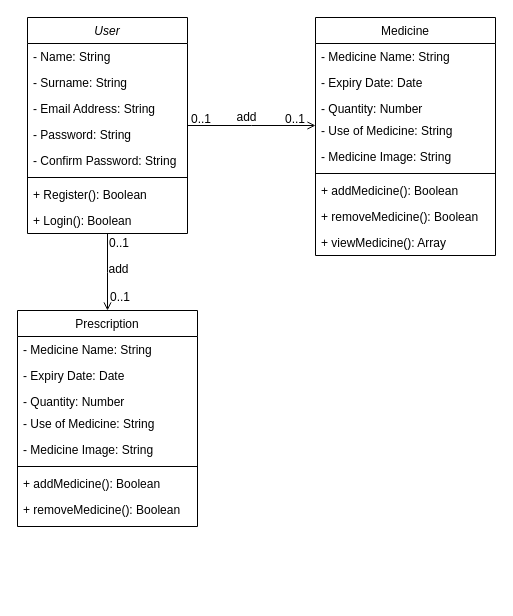
This is Class_Diagram.drawio from SJPatel123/CP-III, a draw.io file, before an edit. Source tidied: cells renumbered, new cells numbered last; positions are measured from the earlier drawing's top-left corner, leaving out a move shared by most shapes. Both pictures are drawn from the tidied source at 100%, with x=0, y=0 at pixel (17, 17).
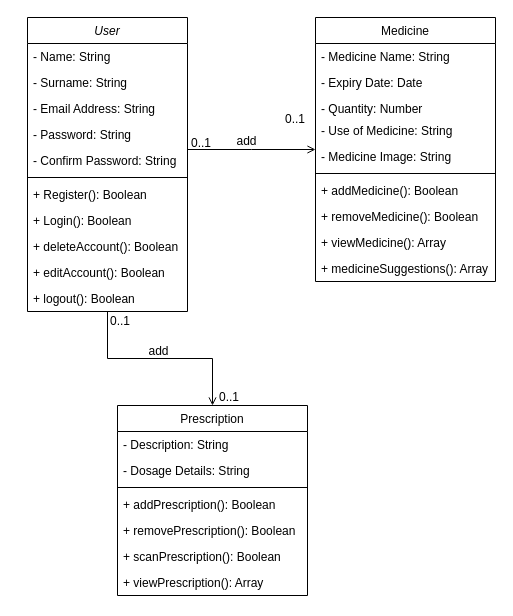
After the change.

The edit, as a diff of the source:
```diff
@@
     <mxCell id="2" value="User" style="swimlane;fontStyle=2;align=center;verticalAlign=top;horizontal=1;startSize=26;rounded=0;shadow=0;strokeWidth=1;" parent="1" vertex="1">
-      <mxGeometry x="10" width="160" height="216" as="geometry" />
+      <mxGeometry x="10" width="160" height="294" as="geometry" />
     </mxCell>
@@
+    <mxCell id="38" value="+ deleteAccount(): Boolean" style="text;align=left;verticalAlign=top;spacingLeft=4;spacingRight=4;overflow=hidden;" parent="2" vertex="1">
+      <mxGeometry y="216" width="160" height="26" as="geometry" />
+    </mxCell>
+    <mxCell id="39" value="+ editAccount(): Boolean" style="text;align=left;verticalAlign=top;spacingLeft=4;spacingRight=4;overflow=hidden;" parent="2" vertex="1">
+      <mxGeometry y="242" width="160" height="26" as="geometry" />
+    </mxCell>
+    <mxCell id="40" value="+ logout(): Boolean" style="text;align=left;verticalAlign=top;spacingLeft=4;spacingRight=4;overflow=hidden;" parent="2" vertex="1">
+      <mxGeometry y="268" width="160" height="26" as="geometry" />
+    </mxCell>
     <mxCell id="11" value="Medicine" style="swimlane;fontStyle=0;align=center;verticalAlign=top;horizontal=1;startSize=26;rounded=0;shadow=0;strokeWidth=1;" parent="1" vertex="1">
-      <mxGeometry x="298" width="180" height="238" as="geometry" />
+      <mxGeometry x="298" width="180" height="264" as="geometry" />
     </mxCell>
@@
+    <mxCell id="41" value="+ medicineSuggestions(): Array" style="text;align=left;verticalAlign=top;spacingLeft=4;spacingRight=4;overflow=hidden;" parent="11" vertex="1">
+      <mxGeometry y="238" width="180" height="26" as="geometry" />
+    </mxCell>
@@
     <mxCell id="25" value="Prescription" style="swimlane;fontStyle=0;align=center;verticalAlign=top;horizontal=1;startSize=26;rounded=0;shadow=0;strokeWidth=1;" parent="1" vertex="1">
-      <mxGeometry y="293" width="180" height="216" as="geometry" />
+      <mxGeometry x="100" y="388" width="190" height="190" as="geometry" />
     </mxCell>
-    <mxCell id="26" value="- Medicine Name: String" style="text;align=left;verticalAlign=top;spacingLeft=4;spacingRight=4;overflow=hidden;" parent="25" vertex="1">
-      <mxGeometry y="26" width="180" height="26" as="geometry" />
+    <mxCell id="26" value="- Description: String" style="text;align=left;verticalAlign=top;spacingLeft=4;spacingRight=4;overflow=hidden;" parent="25" vertex="1">
+      <mxGeometry y="26" width="190" height="26" as="geometry" />
     </mxCell>
-    <mxCell id="27" value="- Expiry Date: Date" style="text;align=left;verticalAlign=top;spacingLeft=4;spacingRight=4;overflow=hidden;rounded=0;shadow=0;html=0;" parent="25" vertex="1">
-      <mxGeometry y="52" width="180" height="26" as="geometry" />
+    <mxCell id="27" value="- Dosage Details: String" style="text;align=left;verticalAlign=top;spacingLeft=4;spacingRight=4;overflow=hidden;rounded=0;shadow=0;html=0;" parent="25" vertex="1">
+      <mxGeometry y="52" width="190" height="26" as="geometry" />
     </mxCell>
-    <mxCell id="28" value="- Quantity: Number" style="text;align=left;verticalAlign=top;spacingLeft=4;spacingRight=4;overflow=hidden;rounded=0;shadow=0;html=0;" parent="25" vertex="1">
-      <mxGeometry y="78" width="180" height="22" as="geometry" />
-    </mxCell>
-    <mxCell id="29" value="- Use of Medicine: String" style="text;align=left;verticalAlign=top;spacingLeft=4;spacingRight=4;overflow=hidden;rounded=0;shadow=0;html=0;" parent="25" vertex="1">
-      <mxGeometry y="100" width="180" height="26" as="geometry" />
-    </mxCell>
-    <mxCell id="30" value="- Medicine Image: String" style="text;align=left;verticalAlign=top;spacingLeft=4;spacingRight=4;overflow=hidden;rounded=0;shadow=0;html=0;" parent="25" vertex="1">
-      <mxGeometry y="126" width="180" height="26" as="geometry" />
-    </mxCell>
     <mxCell id="31" style="line;html=1;strokeWidth=1;align=left;verticalAlign=middle;spacingTop=-1;spacingLeft=3;spacingRight=3;labelPosition=right;" parent="25" vertex="1">
-      <mxGeometry y="152" width="180" height="8" as="geometry" />
+      <mxGeometry y="78" width="190" height="8" as="geometry" />
     </mxCell>
-    <mxCell id="32" value="+ addMedicine(): Boolean" style="text;align=left;verticalAlign=top;spacingLeft=4;spacingRight=4;overflow=hidden;" parent="25" vertex="1">
-      <mxGeometry y="160" width="180" height="26" as="geometry" />
+    <mxCell id="32" value="+ addPrescription(): Boolean" style="text;align=left;verticalAlign=top;spacingLeft=4;spacingRight=4;overflow=hidden;" parent="25" vertex="1">
+      <mxGeometry y="86" width="190" height="26" as="geometry" />
     </mxCell>
-    <mxCell id="33" value="+ removeMedicine(): Boolean" style="text;align=left;verticalAlign=top;spacingLeft=4;spacingRight=4;overflow=hidden;" parent="25" vertex="1">
-      <mxGeometry y="186" width="180" height="26" as="geometry" />
+    <mxCell id="33" value="+ removePrescription(): Boolean" style="text;align=left;verticalAlign=top;spacingLeft=4;spacingRight=4;overflow=hidden;" parent="25" vertex="1">
+      <mxGeometry y="112" width="190" height="26" as="geometry" />
     </mxCell>
+    <mxCell id="42" value="+ scanPrescription(): Boolean" style="text;align=left;verticalAlign=top;spacingLeft=4;spacingRight=4;overflow=hidden;" parent="25" vertex="1">
+      <mxGeometry y="138" width="190" height="26" as="geometry" />
+    </mxCell>
+    <mxCell id="43" value="+ viewPrescription(): Array" style="text;align=left;verticalAlign=top;spacingLeft=4;spacingRight=4;overflow=hidden;" parent="25" vertex="1">
+      <mxGeometry y="164" width="190" height="26" as="geometry" />
+    </mxCell>
     <mxCell id="34" style="endArrow=open;shadow=0;strokeWidth=1;rounded=0;endFill=1;edgeStyle=elbowEdgeStyle;elbow=vertical;exitX=0.5;exitY=1.038;exitDx=0;exitDy=0;exitPerimeter=0;entryX=0.5;entryY=0;entryDx=0;entryDy=0;" parent="1" edge="1" target="25">
       <mxGeometry x="0.5" y="41" relative="1" as="geometry">
-        <mxPoint x="90" y="216" as="sourcePoint" />
+        <mxPoint x="90" y="294" as="sourcePoint" />
         <mxPoint x="-40" y="32" as="offset" />
       </mxGeometry>
     </mxCell>
     <mxCell id="35" value="0..1" style="align=left;verticalAlign=bottom;labelBackgroundColor=none;fontSize=12;" parent="1" vertex="1">
-      <mxGeometry x="90" y="234" as="geometry" />
+      <mxGeometry x="91" y="312" as="geometry" />
     </mxCell>
     <mxCell id="36" value="add" style="text;html=1;align=center;verticalAlign=middle;labelBackgroundColor=none;rounded=0;shadow=0;strokeWidth=1;fontSize=12;" parent="1" vertex="1">
-      <mxGeometry x="120" y="230" as="geometry">
+      <mxGeometry x="160" y="312" as="geometry">
         <mxPoint x="-20" y="21" as="offset" />
       </mxGeometry>
     </mxCell>
     <mxCell id="37" value="0..1" style="align=left;verticalAlign=bottom;labelBackgroundColor=none;fontSize=12;" parent="1" vertex="1">
-      <mxGeometry x="91" y="288" as="geometry" />
+      <mxGeometry x="200" y="388" as="geometry" />
     </mxCell>
```
